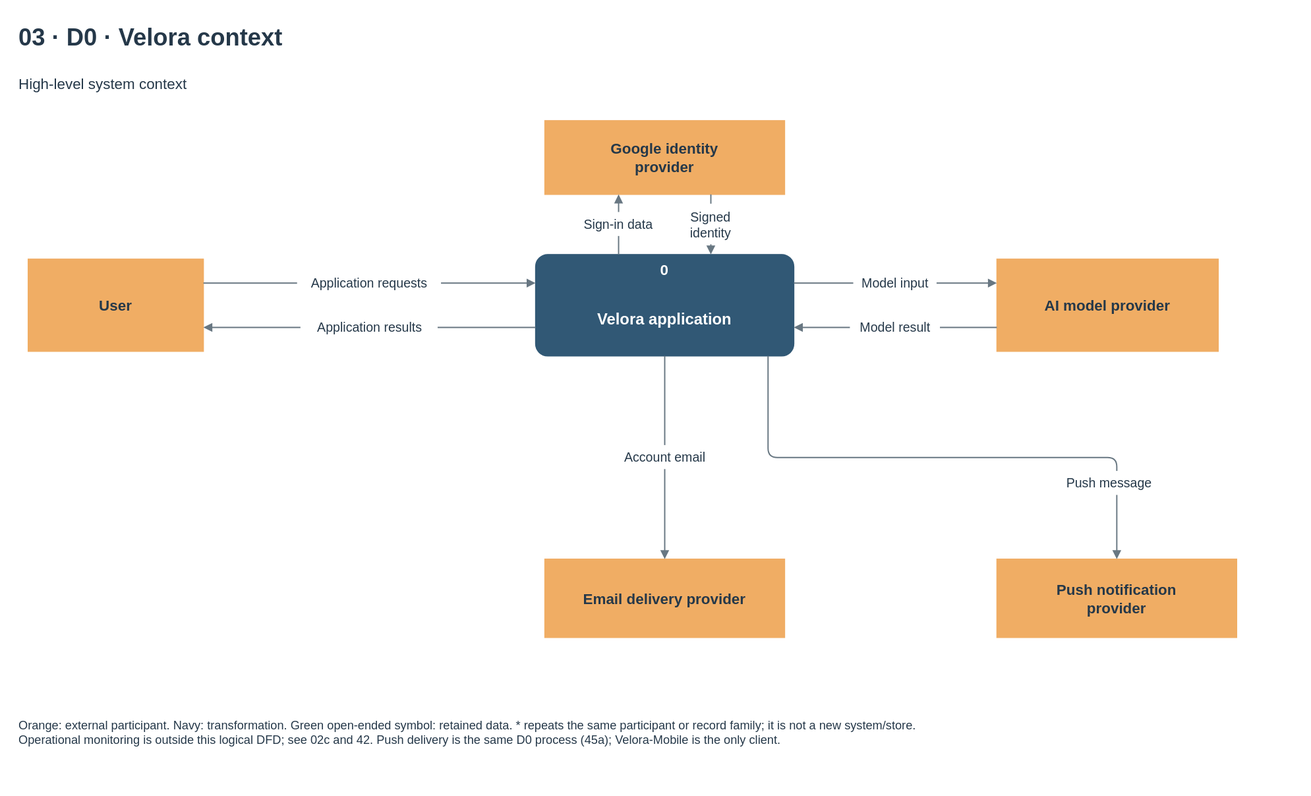
Before: docs/diagrams/velora-current/importable-svg/03-dfd-context.drawio.svg, a diagram exported from draw.io (HieuCuteDangYeu/velora-backend). Source tidied: cells renumbered, new cells last; positions are measured from the earlier drawing's top-left corner, leaving out a move shared by most shapes.
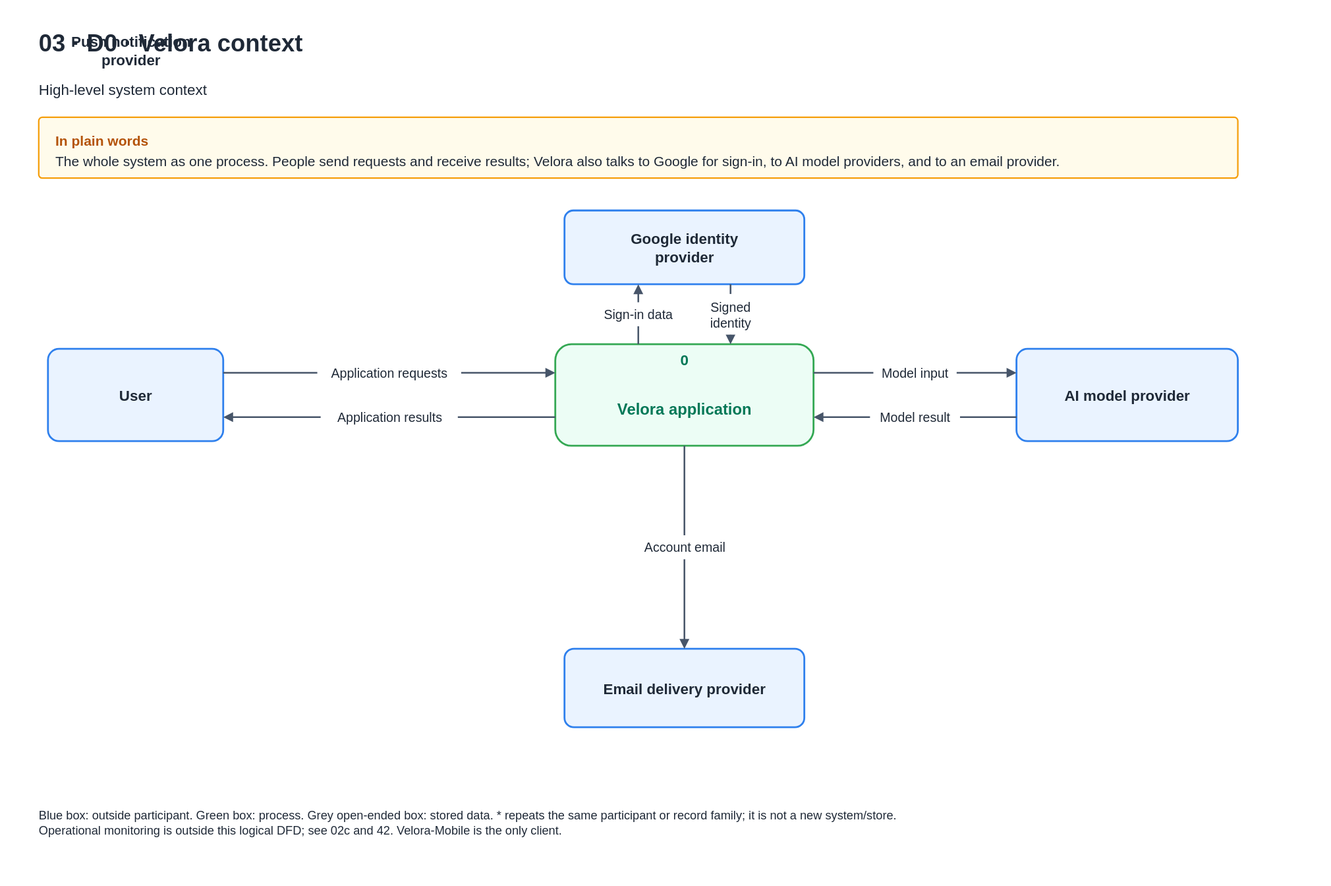
Later version of the same file.

What changed in the source:
```diff
@@ -2,129 +2,118 @@
   <root>
     <mxCell id="0" />
     <mxCell id="1" parent="0" />
-    <mxCell id="2" value="03 · D0 · Velora context" style="text;html=1;whiteSpace=wrap;fontFamily=Arial;fontSize=26;fontColor=#253849;fontStyle=1;align=left;verticalAlign=middle;spacing=0;" parent="1" vertex="1">
-      <mxGeometry width="1360" height="40" as="geometry" />
+    <mxCell id="2" value="03 · D0 · Velora context" style="text;html=1;whiteSpace=wrap;fontFamily=Helvetica;fontSize=26;fontColor=#1F2937;fontStyle=1;align=left;verticalAlign=middle;spacing=0;" parent="1" vertex="1">
+      <mxGeometry y="-91" width="1360" height="40" as="geometry" />
     </mxCell>
-    <mxCell id="3" value="High-level system context" style="text;html=1;whiteSpace=wrap;fontFamily=Arial;fontSize=16;fontColor=#253849;fontStyle=0;align=left;verticalAlign=middle;spacing=0;" parent="1" vertex="1">
-      <mxGeometry y="50" width="1360" height="40" as="geometry" />
+    <mxCell id="3" value="High-level system context" style="text;html=1;whiteSpace=wrap;fontFamily=Helvetica;fontSize=16;fontColor=#1F2937;fontStyle=0;align=left;verticalAlign=middle;spacing=0;" parent="1" vertex="1">
+      <mxGeometry y="-41" width="1360" height="40" as="geometry" />
     </mxCell>
+    <mxCell id="42" value="In plain words" style="rounded=1;arcSize=6;html=1;whiteSpace=wrap;fontFamily=Helvetica;fontSize=15;fontStyle=1;fontColor=#B45309;fillColor=#FFFBEB;strokeColor=#F59E0B;strokeWidth=1.6;align=left;verticalAlign=top;spacingLeft=16;spacingTop=10;" parent="1" vertex="1">
+      <mxGeometry y="9" width="1300" height="66" as="geometry" />
+    </mxCell>
+    <mxCell id="43" value="The whole system as one process. People send requests and receive results; Velora also talks to Google for sign-in, to AI model providers, and to an email provider." style="text;html=1;whiteSpace=wrap;fontFamily=Helvetica;fontSize=15;fontColor=#1F2937;align=left;verticalAlign=top;strokeColor=none;fillColor=none;" parent="1" vertex="1">
+      <mxGeometry x="16" y="41" width="1268" height="28" as="geometry" />
+    </mxCell>
-    <mxCell id="4" style="rounded=1;arcSize=12;fillColor=#315875;strokeColor=#315875;dashed=0;whiteSpace=wrap;" parent="1" vertex="1">
+    <mxCell id="4" style="rounded=1;arcSize=16;fillColor=#ECFDF5;strokeColor=#34A853;dashed=0;whiteSpace=wrap;strokeWidth=2;" parent="1" vertex="1">
       <mxGeometry x="560" y="255" width="280" height="110" as="geometry" />
     </mxCell>
-    <mxCell id="5" value="0" style="text;html=1;whiteSpace=wrap;fontFamily=Arial;fontSize=16;fontColor=white;fontStyle=1;align=center;verticalAlign=middle;spacing=0;" parent="4" vertex="1">
+    <mxCell id="5" value="0" style="text;html=1;whiteSpace=wrap;fontFamily=Helvetica;fontSize=16;fontColor=#047857;fontStyle=1;align=center;verticalAlign=middle;spacing=0;" parent="4" vertex="1">
       <mxGeometry x="5" y="4" width="270" height="25" as="geometry" />
     </mxCell>
-    <mxCell id="6" value="Velora application" style="text;html=1;whiteSpace=wrap;fontFamily=Arial;fontSize=17;fontColor=white;fontStyle=1;align=center;verticalAlign=middle;spacing=0;" parent="4" vertex="1">
+    <mxCell id="6" value="Velora application" style="text;html=1;whiteSpace=wrap;fontFamily=Helvetica;fontSize=17;fontColor=#047857;fontStyle=1;align=center;verticalAlign=middle;spacing=0;" parent="4" vertex="1">
       <mxGeometry x="8" y="36" width="264" height="70" as="geometry" />
     </mxCell>
-    <mxCell id="7" style="rounded=0;arcSize=12;fillColor=#f0ad64;strokeColor=#f0ad64;dashed=0;whiteSpace=wrap;" parent="1" vertex="1">
+    <mxCell id="7" style="rounded=1;arcSize=12;fillColor=#EAF3FF;strokeColor=#2F80ED;dashed=0;whiteSpace=wrap;strokeWidth=2;" parent="1" vertex="1">
       <mxGeometry x="10" y="260" width="190" height="100" as="geometry" />
     </mxCell>
-    <mxCell id="8" value="User" style="text;html=1;whiteSpace=wrap;fontFamily=Arial;fontSize=16;fontColor=#253849;fontStyle=1;align=center;verticalAlign=middle;spacing=0;" parent="7" vertex="1">
+    <mxCell id="8" value="User" style="text;html=1;whiteSpace=wrap;fontFamily=Helvetica;fontSize=16;fontColor=#1F2937;fontStyle=1;align=center;verticalAlign=middle;spacing=0;" parent="7" vertex="1">
       <mxGeometry x="8" y="8" width="174" height="84" as="geometry" />
     </mxCell>
-    <mxCell id="9" style="rounded=0;arcSize=12;fillColor=#f0ad64;strokeColor=#f0ad64;dashed=0;whiteSpace=wrap;" parent="1" vertex="1">
+    <mxCell id="9" style="rounded=1;arcSize=12;fillColor=#EAF3FF;strokeColor=#2F80ED;dashed=0;whiteSpace=wrap;strokeWidth=2;" parent="1" vertex="1">
       <mxGeometry x="570" y="110" width="260" height="80" as="geometry" />
     </mxCell>
-    <mxCell id="10" value="Google identity&lt;br&gt;provider" style="text;html=1;whiteSpace=wrap;fontFamily=Arial;fontSize=16;fontColor=#253849;fontStyle=1;align=center;verticalAlign=middle;spacing=0;" parent="9" vertex="1">
+    <mxCell id="10" value="Google identity&lt;br&gt;provider" style="text;html=1;whiteSpace=wrap;fontFamily=Helvetica;fontSize=16;fontColor=#1F2937;fontStyle=1;align=center;verticalAlign=middle;spacing=0;" parent="9" vertex="1">
       <mxGeometry x="8" y="8" width="244" height="64" as="geometry" />
     </mxCell>
-    <mxCell id="11" style="rounded=0;arcSize=12;fillColor=#f0ad64;strokeColor=#f0ad64;dashed=0;whiteSpace=wrap;" parent="1" vertex="1">
+    <mxCell id="11" style="rounded=1;arcSize=12;fillColor=#EAF3FF;strokeColor=#2F80ED;dashed=0;whiteSpace=wrap;strokeWidth=2;" parent="1" vertex="1">
       <mxGeometry x="1060" y="260" width="240" height="100" as="geometry" />
     </mxCell>
-    <mxCell id="12" value="AI model provider" style="text;html=1;whiteSpace=wrap;fontFamily=Arial;fontSize=16;fontColor=#253849;fontStyle=1;align=center;verticalAlign=middle;spacing=0;" parent="11" vertex="1">
+    <mxCell id="12" value="AI model provider" style="text;html=1;whiteSpace=wrap;fontFamily=Helvetica;fontSize=16;fontColor=#1F2937;fontStyle=1;align=center;verticalAlign=middle;spacing=0;" parent="11" vertex="1">
       <mxGeometry x="8" y="8" width="224" height="84" as="geometry" />
     </mxCell>
-    <mxCell id="13" style="rounded=0;arcSize=12;fillColor=#f0ad64;strokeColor=#f0ad64;dashed=0;whiteSpace=wrap;" parent="1" vertex="1">
+    <mxCell id="13" style="rounded=1;arcSize=12;fillColor=#EAF3FF;strokeColor=#2F80ED;dashed=0;whiteSpace=wrap;strokeWidth=2;" parent="1" vertex="1">
       <mxGeometry x="570" y="585" width="260" height="85" as="geometry" />
     </mxCell>
-    <mxCell id="14" value="Email delivery provider" style="text;html=1;whiteSpace=wrap;fontFamily=Arial;fontSize=16;fontColor=#253849;fontStyle=1;align=center;verticalAlign=middle;spacing=0;" parent="13" vertex="1">
+    <mxCell id="14" value="Email delivery provider" style="text;html=1;whiteSpace=wrap;fontFamily=Helvetica;fontSize=16;fontColor=#1F2937;fontStyle=1;align=center;verticalAlign=middle;spacing=0;" parent="13" vertex="1">
       <mxGeometry x="8" y="8" width="244" height="69" as="geometry" />
     </mxCell>
-    <mxCell id="15" style="edgeStyle=none;noEdgeStyle=1;endArrow=block;endFill=1;strokeColor=#687782;strokeWidth=1.4;jumpStyle=arc;jumpSize=8;exitPerimeter=0;entryPerimeter=0;exitX=1.0;exitY=0.26;entryX=0.0;entryY=0.2818181818181818;" parent="1" edge="1" source="7" target="4">
+    <mxCell id="15" style="edgeStyle=none;noEdgeStyle=1;endArrow=block;endFill=1;strokeColor=#475569;strokeWidth=1.8;jumpStyle=arc;jumpSize=8;exitPerimeter=0;entryPerimeter=0;exitX=1.0;exitY=0.26;entryX=0.0;entryY=0.2818181818181818;" parent="1" edge="1" source="7" target="4">
       <mxGeometry relative="1" as="geometry" />
     </mxCell>
-    <mxCell id="16" style="edgeStyle=none;noEdgeStyle=1;endArrow=block;endFill=1;strokeColor=#687782;strokeWidth=1.4;jumpStyle=arc;jumpSize=8;exitPerimeter=0;entryPerimeter=0;exitX=0.0;exitY=0.7181818181818181;entryX=1.0;entryY=0.74;" parent="1" edge="1" source="4" target="7">
+    <mxCell id="16" style="edgeStyle=none;noEdgeStyle=1;endArrow=block;endFill=1;strokeColor=#475569;strokeWidth=1.8;jumpStyle=arc;jumpSize=8;exitPerimeter=0;entryPerimeter=0;exitX=0.0;exitY=0.7181818181818181;entryX=1.0;entryY=0.74;" parent="1" edge="1" source="4" target="7">
       <mxGeometry relative="1" as="geometry" />
     </mxCell>
-    <mxCell id="17" style="edgeStyle=none;noEdgeStyle=1;endArrow=block;endFill=1;strokeColor=#687782;strokeWidth=1.4;jumpStyle=arc;jumpSize=8;exitPerimeter=0;entryPerimeter=0;exitX=0.32142857142857145;exitY=0.0;entryX=0.3076923076923077;entryY=1.0;" parent="1" edge="1" source="4" target="9">
+    <mxCell id="17" style="edgeStyle=none;noEdgeStyle=1;endArrow=block;endFill=1;strokeColor=#475569;strokeWidth=1.8;jumpStyle=arc;jumpSize=8;exitPerimeter=0;entryPerimeter=0;exitX=0.32142857142857145;exitY=0.0;entryX=0.3076923076923077;entryY=1.0;" parent="1" edge="1" source="4" target="9">
       <mxGeometry relative="1" as="geometry" />
     </mxCell>
-    <mxCell id="18" style="edgeStyle=none;noEdgeStyle=1;endArrow=block;endFill=1;strokeColor=#687782;strokeWidth=1.4;jumpStyle=arc;jumpSize=8;exitPerimeter=0;entryPerimeter=0;exitX=0.6923076923076923;exitY=1.0;entryX=0.6785714285714286;entryY=0.0;" parent="1" edge="1" source="9" target="4">
+    <mxCell id="18" style="edgeStyle=none;noEdgeStyle=1;endArrow=block;endFill=1;strokeColor=#475569;strokeWidth=1.8;jumpStyle=arc;jumpSize=8;exitPerimeter=0;entryPerimeter=0;exitX=0.6923076923076923;exitY=1.0;entryX=0.6785714285714286;entryY=0.0;" parent="1" edge="1" source="9" target="4">
       <mxGeometry relative="1" as="geometry" />
     </mxCell>
-    <mxCell id="19" style="edgeStyle=none;noEdgeStyle=1;endArrow=block;endFill=1;strokeColor=#687782;strokeWidth=1.4;jumpStyle=arc;jumpSize=8;exitPerimeter=0;entryPerimeter=0;exitX=1.0;exitY=0.2818181818181818;entryX=0.0;entryY=0.26;" parent="1" edge="1" source="4" target="11">
+    <mxCell id="19" style="edgeStyle=none;noEdgeStyle=1;endArrow=block;endFill=1;strokeColor=#475569;strokeWidth=1.8;jumpStyle=arc;jumpSize=8;exitPerimeter=0;entryPerimeter=0;exitX=1.0;exitY=0.2818181818181818;entryX=0.0;entryY=0.26;" parent="1" edge="1" source="4" target="11">
       <mxGeometry relative="1" as="geometry" />
     </mxCell>
-    <mxCell id="20" style="edgeStyle=none;noEdgeStyle=1;endArrow=block;endFill=1;strokeColor=#687782;strokeWidth=1.4;jumpStyle=arc;jumpSize=8;exitPerimeter=0;entryPerimeter=0;exitX=0.0;exitY=0.74;entryX=1.0;entryY=0.7181818181818181;" parent="1" edge="1" source="11" target="4">
+    <mxCell id="20" style="edgeStyle=none;noEdgeStyle=1;endArrow=block;endFill=1;strokeColor=#475569;strokeWidth=1.8;jumpStyle=arc;jumpSize=8;exitPerimeter=0;entryPerimeter=0;exitX=0.0;exitY=0.74;entryX=1.0;entryY=0.7181818181818181;" parent="1" edge="1" source="11" target="4">
       <mxGeometry relative="1" as="geometry" />
     </mxCell>
-    <mxCell id="21" style="edgeStyle=none;noEdgeStyle=1;endArrow=block;endFill=1;strokeColor=#687782;strokeWidth=1.4;jumpStyle=arc;jumpSize=8;exitPerimeter=0;entryPerimeter=0;exitX=0.5;exitY=1.0;entryX=0.5;entryY=0.0;" parent="1" edge="1" source="4" target="13">
+    <mxCell id="21" style="edgeStyle=none;noEdgeStyle=1;endArrow=block;endFill=1;strokeColor=#475569;strokeWidth=1.8;jumpStyle=arc;jumpSize=8;exitPerimeter=0;entryPerimeter=0;exitX=0.5;exitY=1.0;entryX=0.5;entryY=0.0;" parent="1" edge="1" source="4" target="13">
       <mxGeometry relative="1" as="geometry" />
     </mxCell>
     <mxCell id="22" style="fillColor=#ffffff;strokeColor=none;" parent="1" vertex="1">
       <mxGeometry x="601.2" y="209.5" width="97.6" height="26" as="geometry" />
     </mxCell>
-    <mxCell id="23" value="Sign-in data" style="text;html=1;whiteSpace=wrap;fontFamily=Arial;fontSize=14;fontColor=#253849;fontStyle=0;align=center;verticalAlign=middle;spacing=0;" parent="1" vertex="1">
+    <mxCell id="23" value="Sign-in data" style="text;html=1;whiteSpace=wrap;fontFamily=Helvetica;fontSize=14;fontColor=#1F2937;fontStyle=0;align=center;verticalAlign=middle;spacing=0;" parent="1" vertex="1">
       <mxGeometry x="601.2" y="209.5" width="97.6" height="26" as="geometry" />
     </mxCell>
     <mxCell id="24" style="fillColor=#ffffff;strokeColor=none;" parent="1" vertex="1">
       <mxGeometry x="715.8" y="200.5" width="68.4" height="44" as="geometry" />
     </mxCell>
-    <mxCell id="25" value="Signed&lt;br&gt;identity" style="text;html=1;whiteSpace=wrap;fontFamily=Arial;fontSize=14;fontColor=#253849;fontStyle=0;align=center;verticalAlign=middle;spacing=0;" parent="1" vertex="1">
+    <mxCell id="25" value="Signed&lt;br&gt;identity" style="text;html=1;whiteSpace=wrap;fontFamily=Helvetica;fontSize=14;fontColor=#1F2937;fontStyle=0;align=center;verticalAlign=middle;spacing=0;" parent="1" vertex="1">
       <mxGeometry x="715.8" y="200.5" width="68.4" height="44" as="geometry" />
     </mxCell>
     <mxCell id="26" style="fillColor=#ffffff;strokeColor=none;" parent="1" vertex="1">
       <mxGeometry x="904.9" y="273" width="90.3" height="26" as="geometry" />
     </mxCell>
-    <mxCell id="27" value="Model input" style="text;html=1;whiteSpace=wrap;fontFamily=Arial;fontSize=14;fontColor=#253849;fontStyle=0;align=center;verticalAlign=middle;spacing=0;" parent="1" vertex="1">
+    <mxCell id="27" value="Model input" style="text;html=1;whiteSpace=wrap;fontFamily=Helvetica;fontSize=14;fontColor=#1F2937;fontStyle=0;align=center;verticalAlign=middle;spacing=0;" parent="1" vertex="1">
       <mxGeometry x="904.9" y="273" width="90.3" height="26" as="geometry" />
     </mxCell>
     <mxCell id="28" style="fillColor=#ffffff;strokeColor=none;" parent="1" vertex="1">
       <mxGeometry x="901.2" y="321" width="97.6" height="26" as="geometry" />
     </mxCell>
-    <mxCell id="29" value="Model result" style="text;html=1;whiteSpace=wrap;fontFamily=Arial;fontSize=14;fontColor=#253849;fontStyle=0;align=center;verticalAlign=middle;spacing=0;" parent="1" vertex="1">
+    <mxCell id="29" value="Model result" style="text;html=1;whiteSpace=wrap;fontFamily=Helvetica;fontSize=14;fontColor=#1F2937;fontStyle=0;align=center;verticalAlign=middle;spacing=0;" parent="1" vertex="1">
       <mxGeometry x="901.2" y="321" width="97.6" height="26" as="geometry" />
     </mxCell>
     <mxCell id="30" style="fillColor=#ffffff;strokeColor=none;" parent="1" vertex="1">
       <mxGeometry x="647.5" y="462" width="104.9" height="26" as="geometry" />
     </mxCell>
-    <mxCell id="31" value="Account email" style="text;html=1;whiteSpace=wrap;fontFamily=Arial;fontSize=14;fontColor=#253849;fontStyle=0;align=center;verticalAlign=middle;spacing=0;" parent="1" vertex="1">
+    <mxCell id="31" value="Account email" style="text;html=1;whiteSpace=wrap;fontFamily=Helvetica;fontSize=14;fontColor=#1F2937;fontStyle=0;align=center;verticalAlign=middle;spacing=0;" parent="1" vertex="1">
       <mxGeometry x="647.5" y="462" width="104.9" height="26" as="geometry" />
     </mxCell>
-    <mxCell id="32" style="rounded=0;arcSize=12;fillColor=#f0ad64;strokeColor=#f0ad64;dashed=0;whiteSpace=wrap;" parent="1" vertex="1">
-      <mxGeometry x="1060" y="585" width="260" height="85" as="geometry" />
-    </mxCell>
-    <mxCell id="33" value="Push notification&lt;br&gt;provider" style="text;html=1;whiteSpace=wrap;fontFamily=Arial;fontSize=16;fontColor=#253849;fontStyle=1;align=center;verticalAlign=middle;spacing=0;" parent="32" vertex="1">
+    <mxCell id="33" value="Push notification&lt;br&gt;provider" style="text;html=1;whiteSpace=wrap;fontFamily=Helvetica;fontSize=16;fontColor=#1F2937;fontStyle=1;align=center;verticalAlign=middle;spacing=0;" parent="x" vertex="1">
       <mxGeometry x="8" y="8" width="244" height="69" as="geometry" />
     </mxCell>
-    <mxCell id="34" style="edgeStyle=none;noEdgeStyle=1;endArrow=block;endFill=1;strokeColor=#687782;strokeWidth=1.4;jumpStyle=arc;jumpSize=8;exitPerimeter=0;entryPerimeter=0;exitX=0.9;exitY=1.0;entryX=0.5;entryY=0.0;" parent="1" edge="1" source="4" target="32">
-      <mxGeometry relative="1" as="geometry">
-        <Array as="points">
-          <mxPoint x="812" y="475" />
-          <mxPoint x="1190" y="475" />
-        </Array>
-      </mxGeometry>
-    </mxCell>
-    <mxCell id="35" style="fillColor=#ffffff;strokeColor=none;" parent="1" vertex="1">
-      <mxGeometry x="1130" y="490" width="104" height="26" as="geometry" />
-    </mxCell>
-    <mxCell id="36" value="Push message" style="text;html=1;whiteSpace=wrap;fontFamily=Arial;fontSize=14;fontColor=#253849;fontStyle=0;align=center;verticalAlign=middle;spacing=0;" parent="1" vertex="1">
-      <mxGeometry x="1130" y="490" width="104" height="26" as="geometry" />
-    </mxCell>
     <mxCell id="37" style="fillColor=#ffffff;strokeColor=none;" parent="1" vertex="1">
       <mxGeometry x="302" y="273" width="156" height="26" as="geometry" />
     </mxCell>
-    <mxCell id="38" value="Application requests" style="text;html=1;whiteSpace=wrap;fontFamily=Arial;fontSize=14;fontColor=#253849;fontStyle=0;align=center;verticalAlign=middle;spacing=0;" parent="1" vertex="1">
+    <mxCell id="38" value="Application requests" style="text;html=1;whiteSpace=wrap;fontFamily=Helvetica;fontSize=14;fontColor=#1F2937;fontStyle=0;align=center;verticalAlign=middle;spacing=0;" parent="1" vertex="1">
       <mxGeometry x="302" y="273" width="156" height="26" as="geometry" />
     </mxCell>
     <mxCell id="39" style="fillColor=#ffffff;strokeColor=none;" parent="1" vertex="1">
       <mxGeometry x="305.6" y="321" width="148.7" height="26" as="geometry" />
     </mxCell>
-    <mxCell id="40" value="Application results" style="text;html=1;whiteSpace=wrap;fontFamily=Arial;fontSize=14;fontColor=#253849;fontStyle=0;align=center;verticalAlign=middle;spacing=0;" parent="1" vertex="1">
+    <mxCell id="40" value="Application results" style="text;html=1;whiteSpace=wrap;fontFamily=Helvetica;fontSize=14;fontColor=#1F2937;fontStyle=0;align=center;verticalAlign=middle;spacing=0;" parent="1" vertex="1">
       <mxGeometry x="305.6" y="321" width="148.7" height="26" as="geometry" />
     </mxCell>
-    <mxCell id="41" value="Orange: external participant. Navy: transformation. Green open-ended symbol: retained data. * repeats the same participant or record family; it is not a new system/store.&lt;br&gt;Operational monitoring is outside this logical DFD; see 02c and 42. Push delivery is the same D0 process (45a); Velora-Mobile is the only client." style="text;html=1;whiteSpace=wrap;fontFamily=Arial;fontSize=13;fontColor=#253849;fontStyle=0;align=left;verticalAlign=middle;spacing=0;" parent="1" vertex="1">
+    <mxCell id="41" value="Blue box: outside participant. Green box: process. Grey open-ended box: stored data. * repeats the same participant or record family; it is not a new system/store.&lt;br&gt;Operational monitoring is outside this logical DFD; see 02c and 42. Velora-Mobile is the only client." style="text;html=1;whiteSpace=wrap;fontFamily=Helvetica;fontSize=13;fontColor=#1F2937;fontStyle=0;align=left;verticalAlign=middle;spacing=0;" parent="1" vertex="1">
       <mxGeometry y="745" width="1360" height="56" as="geometry" />
     </mxCell>
   </root>
```
